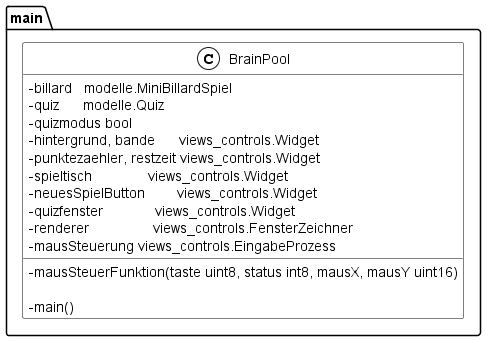
Earlier version of the PlantUML export documentation/UML/main.png (Fussbroich/lwb-SWP). Source of this version:
```plantuml
@startuml
skinparam classAttributeIconSize 0
skinparam class {
BackgroundColor White
ArrowColor Black
BorderColor Black
}
namespace main  {
    class BrainPool << (C,White) >> {
	    -billard   modelle.MiniBillardSpiel
	    -quiz      modelle.Quiz
	    -quizmodus bool
	    -hintergrund, bande      views_controls.Widget
	    -punktezaehler, restzeit views_controls.Widget
	    -spieltisch              views_controls.Widget
	    -neuesSpielButton        views_controls.Widget
	    -quizfenster             views_controls.Widget
	    -renderer                views_controls.FensterZeichner
	    -mausSteuerung views_controls.EingabeProzess

        -mausSteuerFunktion(taste uint8, status int8, mausX, mausY uint16)

        -main()
    }
}
@enduml
```
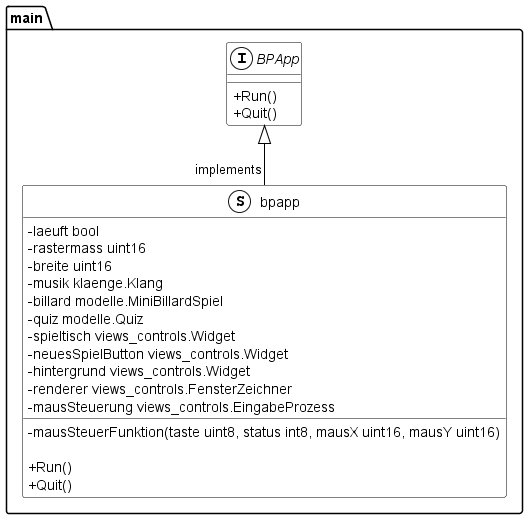
After the change.

What changed in the source:
```diff
@@ -1,26 +1,39 @@
 @startuml
 skinparam classAttributeIconSize 0
+
 skinparam class {
 BackgroundColor White
 ArrowColor Black
 BorderColor Black
 }
-namespace main  {
-    class BrainPool << (C,White) >> {
-	    -billard   modelle.MiniBillardSpiel
-	    -quiz      modelle.Quiz
-	    -quizmodus bool
-	    -hintergrund, bande      views_controls.Widget
-	    -punktezaehler, restzeit views_controls.Widget
-	    -spieltisch              views_controls.Widget
-	    -neuesSpielButton        views_controls.Widget
-	    -quizfenster             views_controls.Widget
-	    -renderer                views_controls.FensterZeichner
-	    -mausSteuerung views_controls.EingabeProzess
+skinparam stereotypeCBackgroundColor White
+namespace main {
+    interface BPApp << (I,White) >> {
+        + Run()
+        + Quit()
 
-        -mausSteuerFunktion(taste uint8, status int8, mausX, mausY uint16)
+    }
+    class bpapp << (S,White) >> {
+        - laeuft bool
+        - rastermass uint16
+        - breite uint16
+        - musik klaenge.Klang
+        - billard modelle.MiniBillardSpiel
+        - quiz modelle.Quiz
+        - spieltisch views_controls.Widget
+        - neuesSpielButton views_controls.Widget
+        - hintergrund views_controls.Widget
+        - renderer views_controls.FensterZeichner
+        - mausSteuerung views_controls.EingabeProzess
 
-        -main()
+        - mausSteuerFunktion(taste uint8, status int8, mausX uint16, mausY uint16)
+
+        + Run()
+        + Quit()
+
     }
 }
+
+"main.BPApp" <|-- "implements""main.bpapp"
+
 @enduml
```
